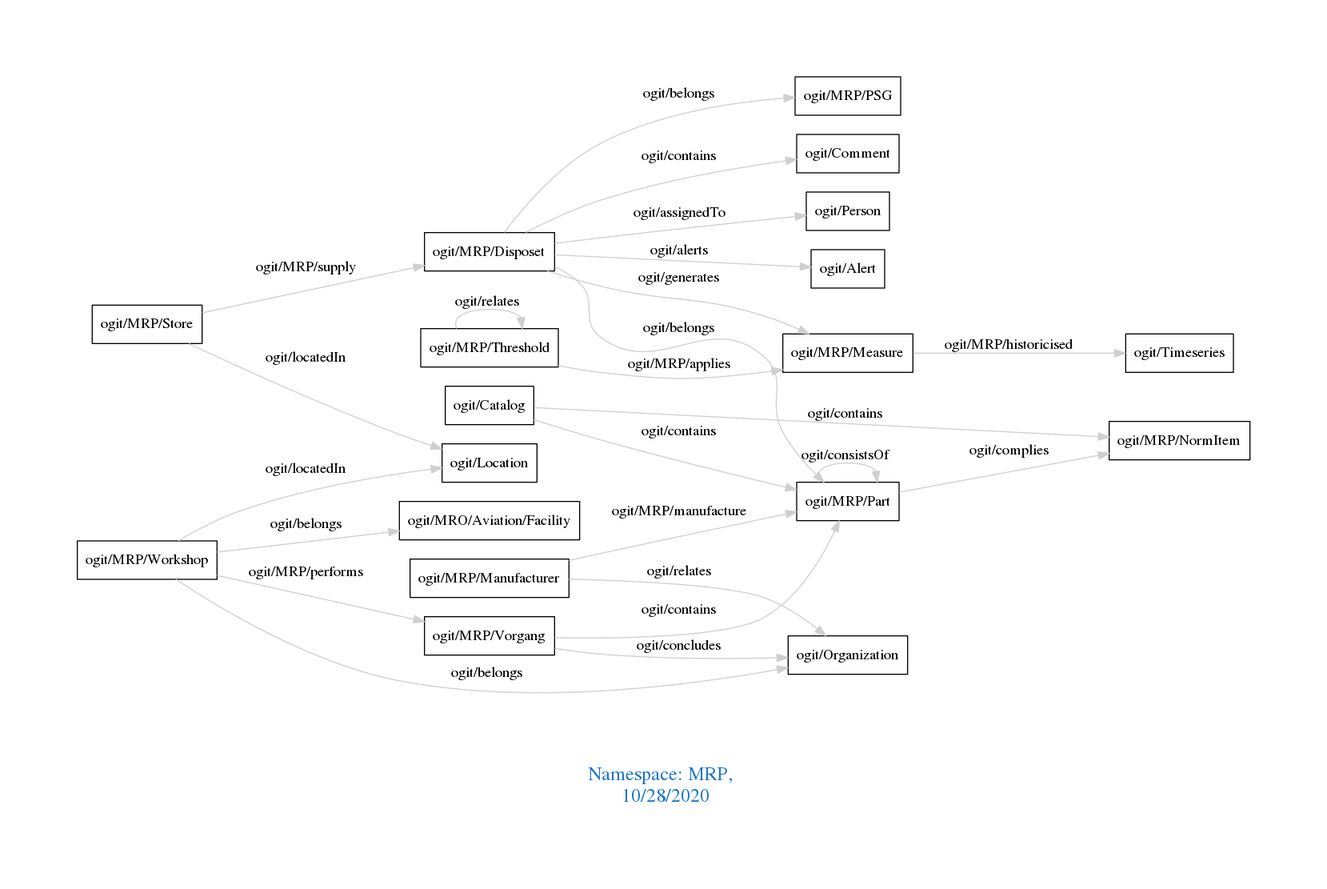
arago/OGIT keeps this Graphviz diagram as downloads/MRP.png. Above is the earlier version. Its source is kept beside it as downloads/MRP.dot.
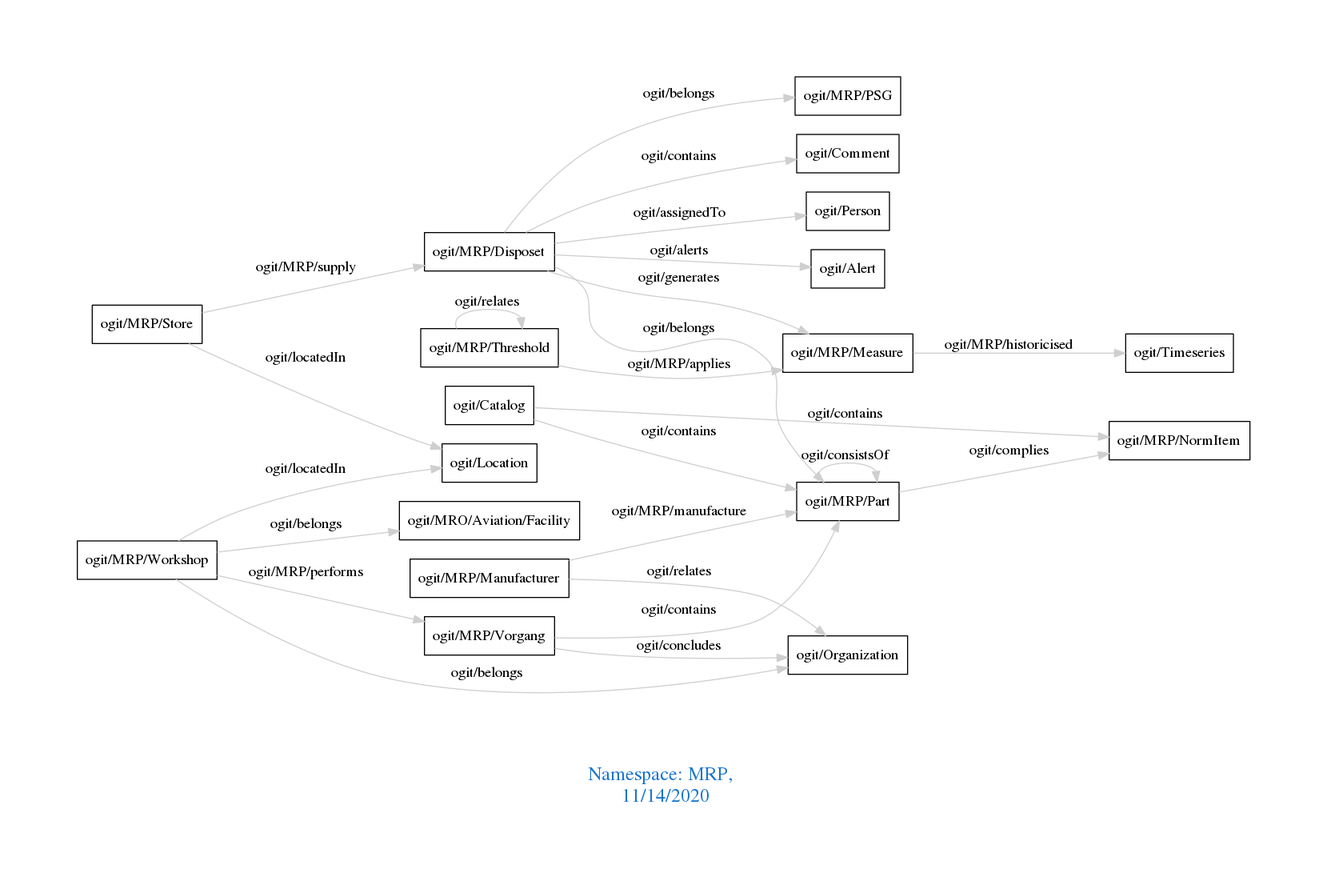
Above is the later version.

Diff of the diagram source:
```diff
@@ -1,7 +1,7 @@
 digraph OGIT_ontology {
  graph [ rankdir= LR,pad=1
 fontsize = 18,
-fontcolor= dodgerblue3,label = "\n\n\nNamespace: MRP, \n 10/28/2020"];
+fontcolor= dodgerblue3,label = "\n\n\nNamespace: MRP, \n 11/14/2020"];
 node[shape=polygon];
 edge [  color="gray81"];
 
```
